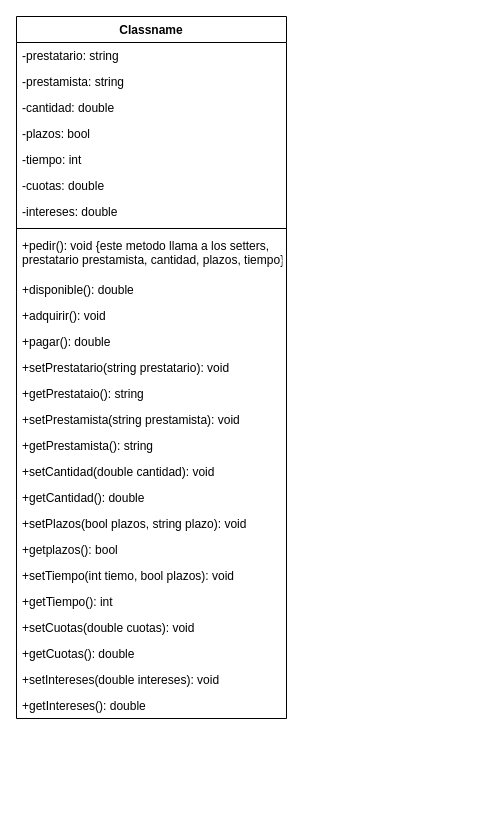
Earlier version of the draw.io diagram Diagrama sin título.drawio (ElGrandiosoRD/programacio1). Source tidied: cells renumbered, new cells numbered last; positions are measured from the earlier drawing's top-left corner, leaving out a move shared by most shapes. Both pictures are drawn from the tidied source at 100%, with x=0, y=0 at pixel (16, 16).
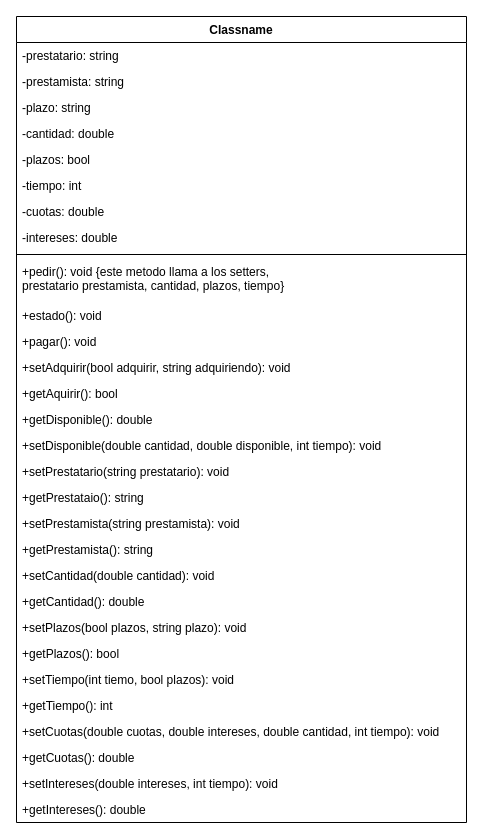
The same page after the edit.

What changed in the source:
```diff
@@
     <mxCell id="2" value="Classname" style="swimlane;fontStyle=1;align=center;verticalAlign=top;horizontal=1;startSize=26;" parent="1" vertex="1">
-      <mxGeometry width="270" height="702" as="geometry" />
+      <mxGeometry width="450" height="806" as="geometry" />
     </mxCell>
     <mxCell id="3" value="-prestatario: string  " style="text;strokeColor=none;fillColor=none;align=left;verticalAlign=top;spacingLeft=4;spacingRight=4;overflow=hidden;" parent="2" vertex="1">
-      <mxGeometry y="26" width="270" height="26" as="geometry" />
+      <mxGeometry y="26" width="450" height="26" as="geometry" />
     </mxCell>
     <mxCell id="4" value="-prestamista: string" style="text;strokeColor=none;fillColor=none;align=left;verticalAlign=top;spacingLeft=4;spacingRight=4;overflow=hidden;" parent="2" vertex="1">
-      <mxGeometry y="52" width="270" height="26" as="geometry" />
+      <mxGeometry y="52" width="450" height="26" as="geometry" />
     </mxCell>
+    <mxCell id="29" value="-plazo: string" style="text;strokeColor=none;fillColor=none;align=left;verticalAlign=top;spacingLeft=4;spacingRight=4;overflow=hidden;" parent="2" vertex="1">
+      <mxGeometry y="78" width="450" height="26" as="geometry" />
+    </mxCell>
     <mxCell id="5" value="-cantidad: double" style="text;strokeColor=none;fillColor=none;align=left;verticalAlign=top;spacingLeft=4;spacingRight=4;overflow=hidden;" parent="2" vertex="1">
-      <mxGeometry y="78" width="270" height="26" as="geometry" />
+      <mxGeometry y="104" width="450" height="26" as="geometry" />
     </mxCell>
     <mxCell id="6" value="-plazos: bool" style="text;strokeColor=none;fillColor=none;align=left;verticalAlign=top;spacingLeft=4;spacingRight=4;overflow=hidden;" parent="2" vertex="1">
-      <mxGeometry y="104" width="270" height="26" as="geometry" />
+      <mxGeometry y="130" width="450" height="26" as="geometry" />
     </mxCell>
     <mxCell id="7" value="-tiempo: int" style="text;strokeColor=none;fillColor=none;align=left;verticalAlign=top;spacingLeft=4;spacingRight=4;overflow=hidden;" parent="2" vertex="1">
-      <mxGeometry y="130" width="270" height="26" as="geometry" />
+      <mxGeometry y="156" width="450" height="26" as="geometry" />
     </mxCell>
     <mxCell id="8" value="-cuotas: double" style="text;strokeColor=none;fillColor=none;align=left;verticalAlign=top;spacingLeft=4;spacingRight=4;overflow=hidden;" parent="2" vertex="1">
-      <mxGeometry y="156" width="270" height="26" as="geometry" />
+      <mxGeometry y="182" width="450" height="26" as="geometry" />
     </mxCell>
     <mxCell id="9" value="-intereses: double" style="text;strokeColor=none;fillColor=none;align=left;verticalAlign=top;spacingLeft=4;spacingRight=4;overflow=hidden;" parent="2" vertex="1">
-      <mxGeometry y="182" width="270" height="26" as="geometry" />
+      <mxGeometry y="208" width="450" height="26" as="geometry" />
     </mxCell>
     <mxCell id="10" style="line;strokeWidth=1;fillColor=none;align=left;verticalAlign=middle;spacingTop=-1;spacingLeft=3;spacingRight=3;labelPosition=right;strokeColor=inherit;" parent="2" vertex="1">
-      <mxGeometry y="208" width="270" height="8" as="geometry" />
+      <mxGeometry y="234" width="450" height="8" as="geometry" />
     </mxCell>
     <mxCell id="11" value="+pedir(): void {este metodo llama a los setters,&#10;prestatario prestamista, cantidad, plazos, tiempo}" style="text;strokeColor=none;fillColor=none;align=left;verticalAlign=top;spacingLeft=4;spacingRight=4;overflow=hidden;" parent="2" vertex="1">
-      <mxGeometry y="216" width="270" height="44" as="geometry" />
+      <mxGeometry y="242" width="450" height="44" as="geometry" />
     </mxCell>
+    <mxCell id="30" value="+estado(): void" style="text;strokeColor=none;fillColor=none;align=left;verticalAlign=top;spacingLeft=4;spacingRight=4;overflow=hidden;" parent="2" vertex="1">
+      <mxGeometry y="286" width="450" height="26" as="geometry" />
+    </mxCell>
+    <mxCell id="14" value="+pagar(): void" style="text;strokeColor=none;fillColor=none;align=left;verticalAlign=top;spacingLeft=4;spacingRight=4;overflow=hidden;" parent="2" vertex="1">
+      <mxGeometry y="312" width="450" height="26" as="geometry" />
+    </mxCell>
+    <mxCell id="13" value="+setAdquirir(bool adquirir, string adquiriendo): void" style="text;strokeColor=none;fillColor=none;align=left;verticalAlign=top;spacingLeft=4;spacingRight=4;overflow=hidden;" parent="2" vertex="1">
+      <mxGeometry y="338" width="450" height="26" as="geometry" />
+    </mxCell>
+    <mxCell id="31" value="+getAquirir(): bool" style="text;strokeColor=none;fillColor=none;align=left;verticalAlign=top;spacingLeft=4;spacingRight=4;overflow=hidden;" parent="2" vertex="1">
+      <mxGeometry y="364" width="450" height="26" as="geometry" />
+    </mxCell>
+    <mxCell id="32" value="+getDisponible(): double" style="text;strokeColor=none;fillColor=none;align=left;verticalAlign=top;spacingLeft=4;spacingRight=4;overflow=hidden;" parent="2" vertex="1">
+      <mxGeometry y="390" width="450" height="26" as="geometry" />
+    </mxCell>
-    <mxCell id="12" value="+disponible(): double " style="text;strokeColor=none;fillColor=none;align=left;verticalAlign=top;spacingLeft=4;spacingRight=4;overflow=hidden;" parent="2" vertex="1">
-      <mxGeometry y="260" width="270" height="26" as="geometry" />
+    <mxCell id="12" value="+setDisponible(double cantidad, double disponible, int tiempo): void " style="text;strokeColor=none;fillColor=none;align=left;verticalAlign=top;spacingLeft=4;spacingRight=4;overflow=hidden;" parent="2" vertex="1">
+      <mxGeometry y="416" width="450" height="26" as="geometry" />
     </mxCell>
-    <mxCell id="13" value="+adquirir(): void" style="text;strokeColor=none;fillColor=none;align=left;verticalAlign=top;spacingLeft=4;spacingRight=4;overflow=hidden;" parent="2" vertex="1">
-      <mxGeometry y="286" width="270" height="26" as="geometry" />
-    </mxCell>
-    <mxCell id="14" value="+pagar(): double" style="text;strokeColor=none;fillColor=none;align=left;verticalAlign=top;spacingLeft=4;spacingRight=4;overflow=hidden;" parent="2" vertex="1">
-      <mxGeometry y="312" width="270" height="26" as="geometry" />
-    </mxCell>
     <mxCell id="15" value="+setPrestatario(string prestatario): void" style="text;strokeColor=none;fillColor=none;align=left;verticalAlign=top;spacingLeft=4;spacingRight=4;overflow=hidden;" parent="2" vertex="1">
-      <mxGeometry y="338" width="270" height="26" as="geometry" />
+      <mxGeometry y="442" width="450" height="26" as="geometry" />
     </mxCell>
     <mxCell id="16" value="+getPrestataio(): string" style="text;strokeColor=none;fillColor=none;align=left;verticalAlign=top;spacingLeft=4;spacingRight=4;overflow=hidden;" parent="2" vertex="1">
-      <mxGeometry y="364" width="270" height="26" as="geometry" />
+      <mxGeometry y="468" width="450" height="26" as="geometry" />
     </mxCell>
     <mxCell id="17" value="+setPrestamista(string prestamista): void" style="text;strokeColor=none;fillColor=none;align=left;verticalAlign=top;spacingLeft=4;spacingRight=4;overflow=hidden;" parent="2" vertex="1">
-      <mxGeometry y="390" width="270" height="26" as="geometry" />
+      <mxGeometry y="494" width="450" height="26" as="geometry" />
     </mxCell>
     <mxCell id="18" value="+getPrestamista(): string" style="text;strokeColor=none;fillColor=none;align=left;verticalAlign=top;spacingLeft=4;spacingRight=4;overflow=hidden;" parent="2" vertex="1">
-      <mxGeometry y="416" width="270" height="26" as="geometry" />
+      <mxGeometry y="520" width="450" height="26" as="geometry" />
     </mxCell>
     <mxCell id="19" value="+setCantidad(double cantidad): void" style="text;strokeColor=none;fillColor=none;align=left;verticalAlign=top;spacingLeft=4;spacingRight=4;overflow=hidden;" parent="2" vertex="1">
-      <mxGeometry y="442" width="270" height="26" as="geometry" />
+      <mxGeometry y="546" width="450" height="26" as="geometry" />
     </mxCell>
     <mxCell id="20" value="+getCantidad(): double" style="text;strokeColor=none;fillColor=none;align=left;verticalAlign=top;spacingLeft=4;spacingRight=4;overflow=hidden;" parent="2" vertex="1">
-      <mxGeometry y="468" width="270" height="26" as="geometry" />
+      <mxGeometry y="572" width="450" height="26" as="geometry" />
     </mxCell>
     <mxCell id="21" value="+setPlazos(bool plazos, string plazo): void" style="text;strokeColor=none;fillColor=none;align=left;verticalAlign=top;spacingLeft=4;spacingRight=4;overflow=hidden;" parent="2" vertex="1">
-      <mxGeometry y="494" width="270" height="26" as="geometry" />
+      <mxGeometry y="598" width="450" height="26" as="geometry" />
     </mxCell>
-    <mxCell id="22" value="+getplazos(): bool" style="text;strokeColor=none;fillColor=none;align=left;verticalAlign=top;spacingLeft=4;spacingRight=4;overflow=hidden;" parent="2" vertex="1">
-      <mxGeometry y="520" width="270" height="26" as="geometry" />
+    <mxCell id="22" value="+getPlazos(): bool" style="text;strokeColor=none;fillColor=none;align=left;verticalAlign=top;spacingLeft=4;spacingRight=4;overflow=hidden;" parent="2" vertex="1">
+      <mxGeometry y="624" width="450" height="26" as="geometry" />
     </mxCell>
     <mxCell id="23" value="+setTiempo(int tiemo, bool plazos): void" style="text;strokeColor=none;fillColor=none;align=left;verticalAlign=top;spacingLeft=4;spacingRight=4;overflow=hidden;" parent="2" vertex="1">
-      <mxGeometry y="546" width="270" height="26" as="geometry" />
+      <mxGeometry y="650" width="450" height="26" as="geometry" />
     </mxCell>
     <mxCell id="24" value="+getTiempo(): int" style="text;strokeColor=none;fillColor=none;align=left;verticalAlign=top;spacingLeft=4;spacingRight=4;overflow=hidden;" parent="2" vertex="1">
-      <mxGeometry y="572" width="270" height="26" as="geometry" />
+      <mxGeometry y="676" width="450" height="26" as="geometry" />
     </mxCell>
-    <mxCell id="25" value="+setCuotas(double cuotas): void" style="text;strokeColor=none;fillColor=none;align=left;verticalAlign=top;spacingLeft=4;spacingRight=4;overflow=hidden;" parent="2" vertex="1">
-      <mxGeometry y="598" width="270" height="26" as="geometry" />
+    <mxCell id="25" value="+setCuotas(double cuotas, double intereses, double cantidad, int tiempo): void" style="text;strokeColor=none;fillColor=none;align=left;verticalAlign=top;spacingLeft=4;spacingRight=4;overflow=hidden;" parent="2" vertex="1">
+      <mxGeometry y="702" width="450" height="26" as="geometry" />
     </mxCell>
     <mxCell id="26" value="+getCuotas(): double" style="text;strokeColor=none;fillColor=none;align=left;verticalAlign=top;spacingLeft=4;spacingRight=4;overflow=hidden;" parent="2" vertex="1">
-      <mxGeometry y="624" width="270" height="26" as="geometry" />
+      <mxGeometry y="728" width="450" height="26" as="geometry" />
     </mxCell>
-    <mxCell id="27" value="+setIntereses(double intereses): void" style="text;strokeColor=none;fillColor=none;align=left;verticalAlign=top;spacingLeft=4;spacingRight=4;overflow=hidden;" parent="2" vertex="1">
-      <mxGeometry y="650" width="270" height="26" as="geometry" />
+    <mxCell id="27" value="+setIntereses(double intereses, int tiempo): void" style="text;strokeColor=none;fillColor=none;align=left;verticalAlign=top;spacingLeft=4;spacingRight=4;overflow=hidden;" parent="2" vertex="1">
+      <mxGeometry y="754" width="450" height="26" as="geometry" />
     </mxCell>
     <mxCell id="28" value="+getIntereses(): double" style="text;strokeColor=none;fillColor=none;align=left;verticalAlign=top;spacingLeft=4;spacingRight=4;overflow=hidden;" parent="2" vertex="1">
-      <mxGeometry y="676" width="270" height="26" as="geometry" />
+      <mxGeometry y="780" width="450" height="26" as="geometry" />
     </mxCell>
```
